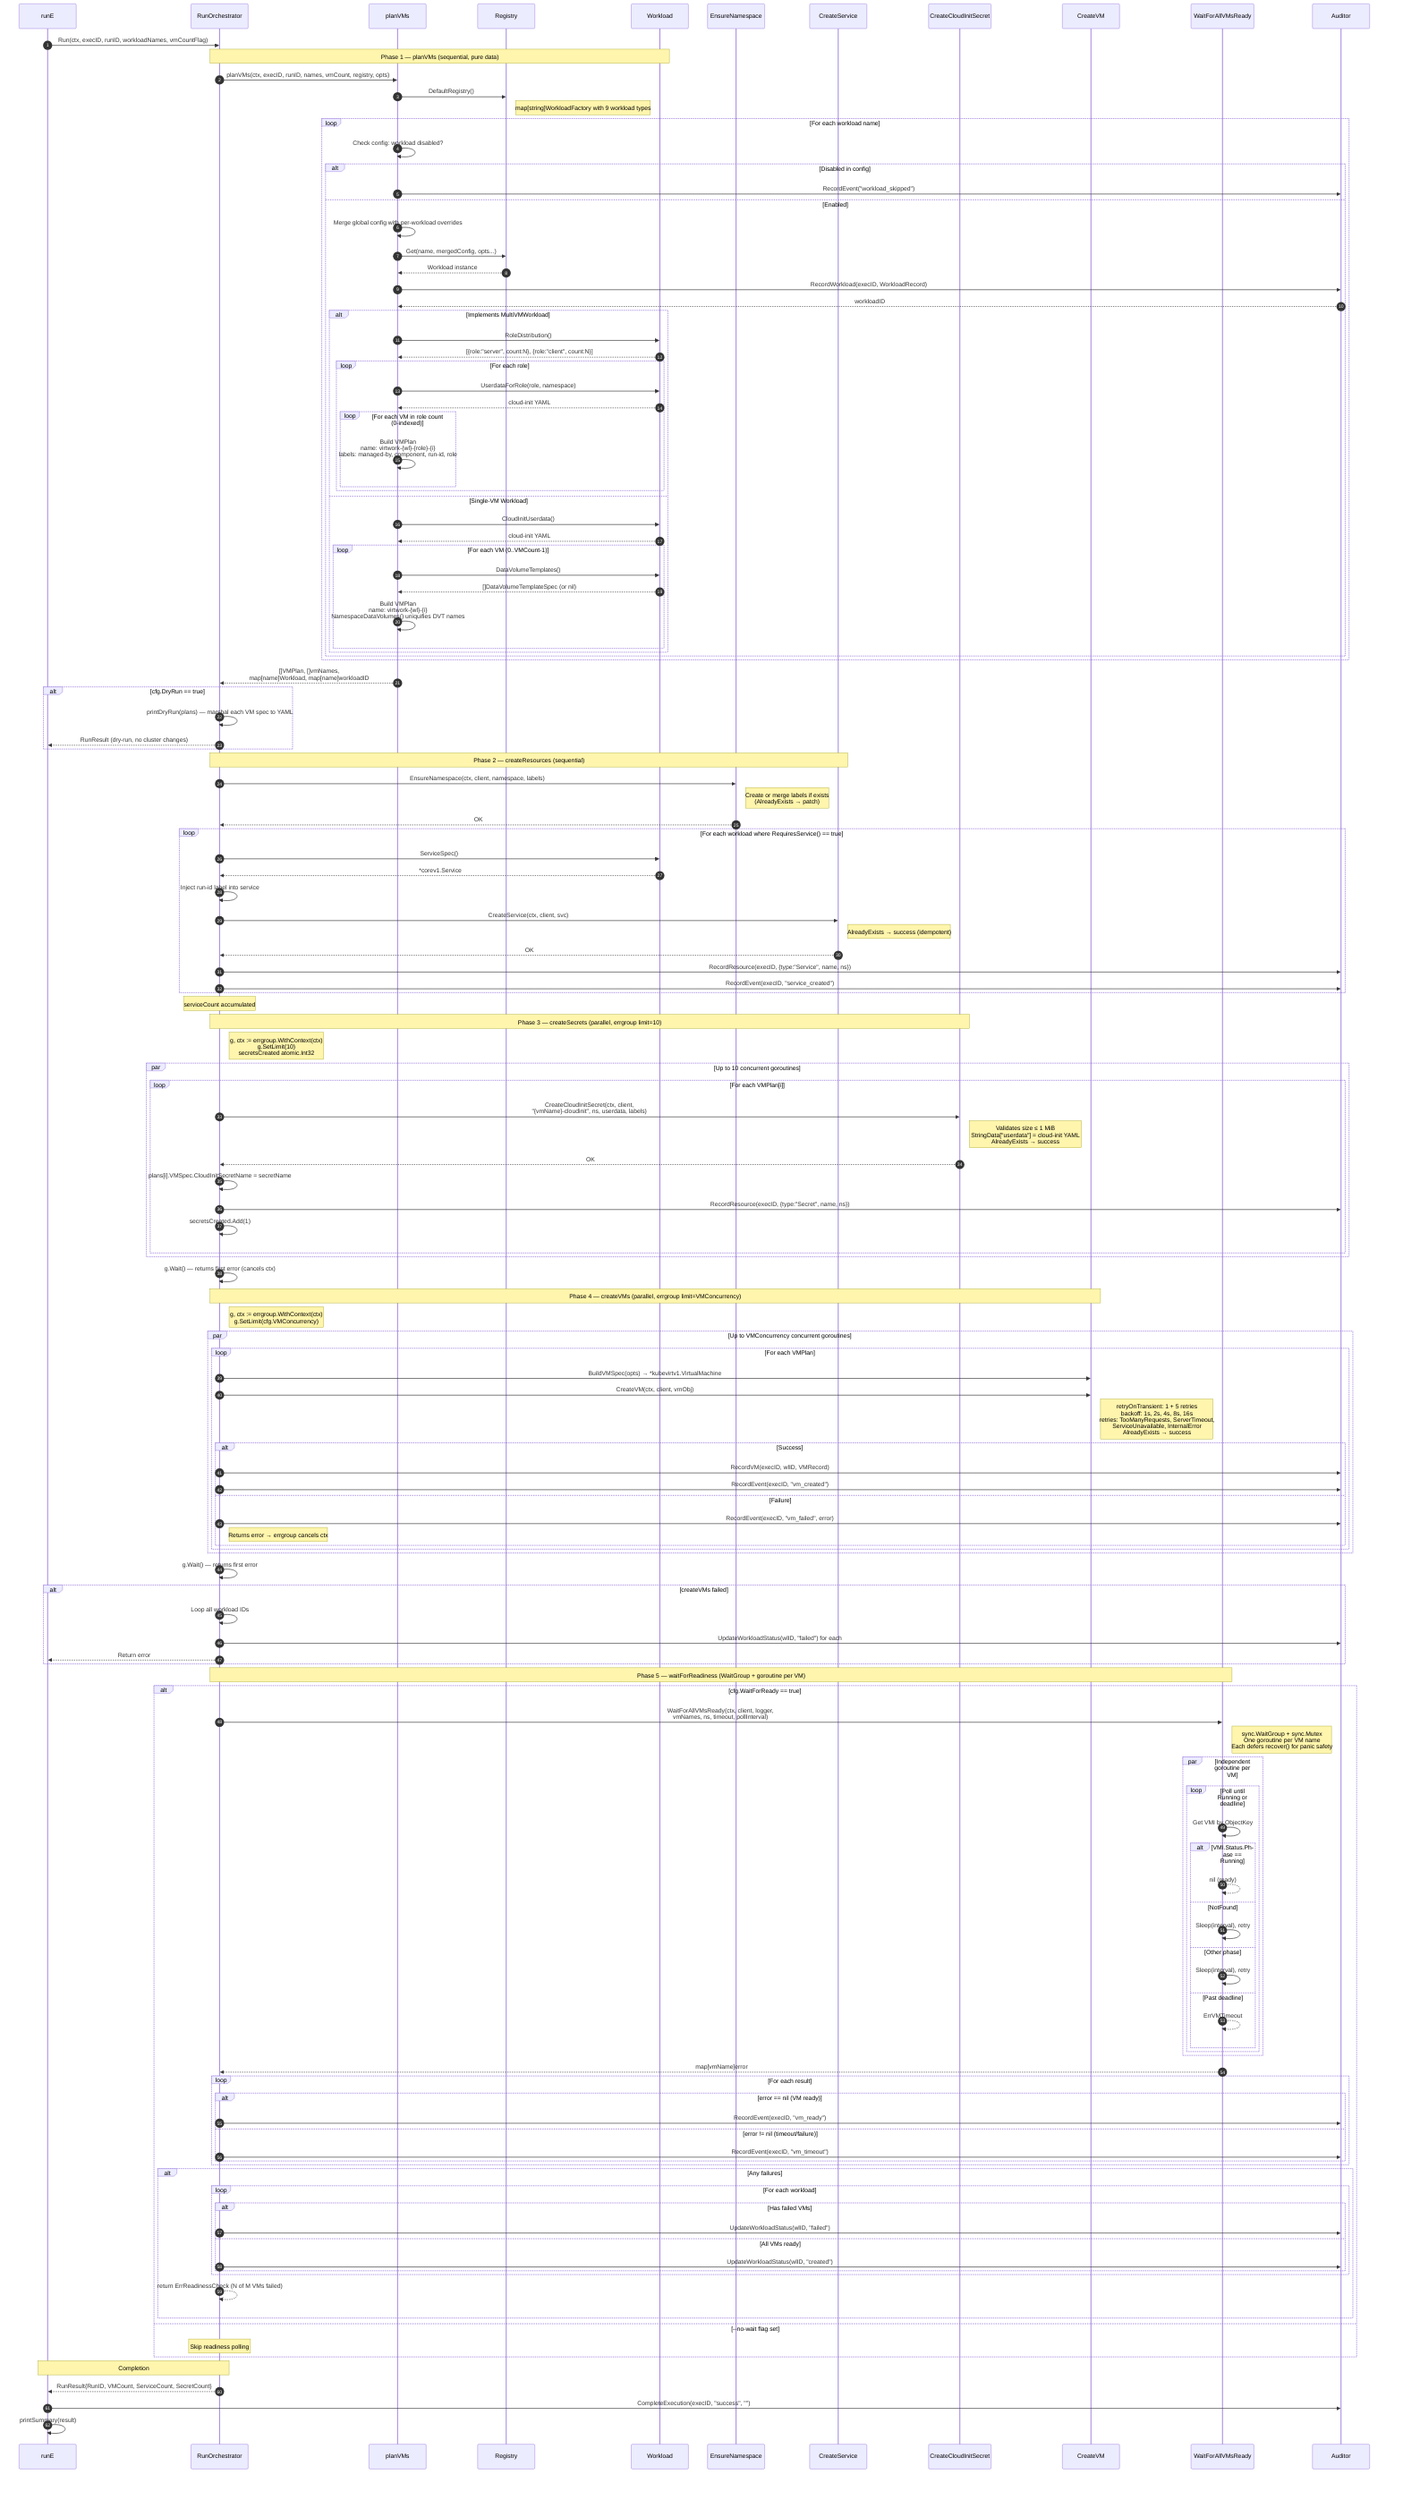
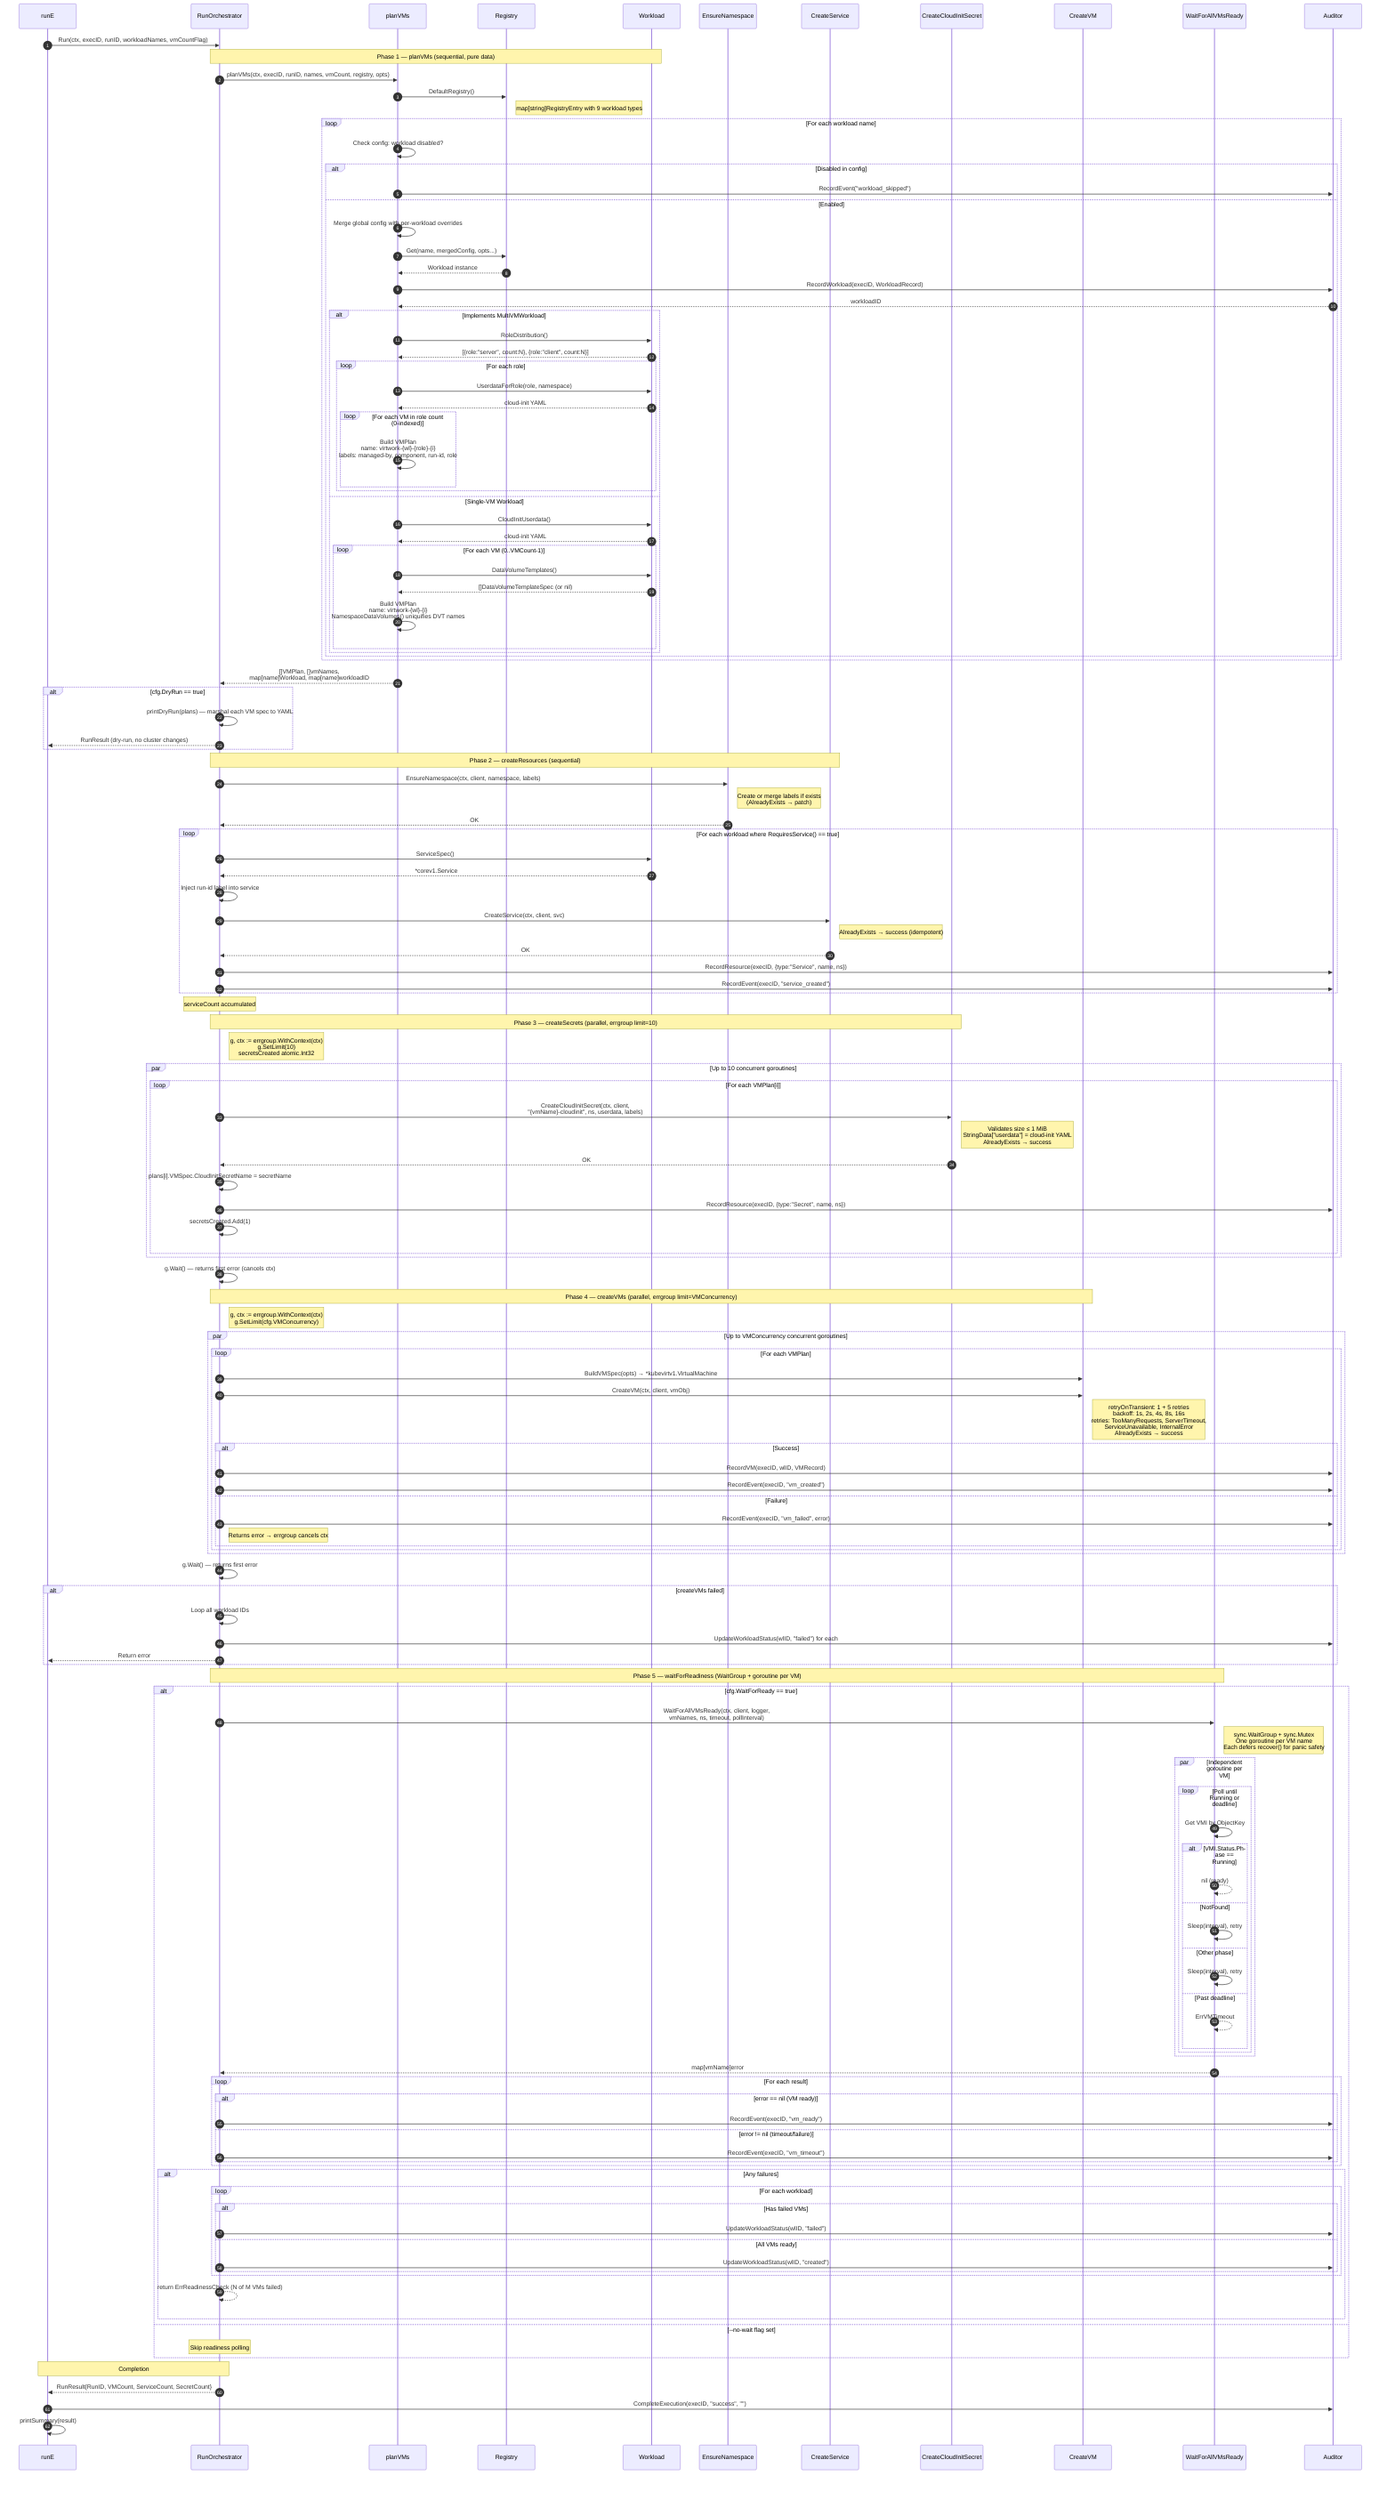
%% Orchestrator Run Phases: the 5-phase pipeline inside RunOrchestrator.Run()
%% Shows concurrency boundaries, error handling, and data flow between phases

sequenceDiagram
    autonumber

    participant CLI as runE
    participant RO as RunOrchestrator
    participant Plan as planVMs
    participant Reg as Registry
    participant WL as Workload
    participant NS as EnsureNamespace
    participant Svc as CreateService
    participant Sec as CreateCloudInitSecret
    participant VM as CreateVM
    participant Wait as WaitForAllVMsReady
    participant Aud as Auditor

    CLI ->> RO: Run(ctx, execID, runID, workloadNames, vmCountFlag)

    %% ─── PHASE 1: PLAN ──────────────────────────────────────────

    Note over RO, WL: Phase 1 — planVMs (sequential, pure data)
    RO ->> Plan: planVMs(ctx, execID, runID, names, vmCount, registry, opts)

    Plan ->> Reg: DefaultRegistry()
-     Note right of Reg: map[string]WorkloadFactory with 9 workload types
+     Note right of Reg: map[string]RegistryEntry with 9 workload types

    loop For each workload name
        Plan ->> Plan: Check config: workload disabled?
        alt Disabled in config
            Plan ->> Aud: RecordEvent("workload_skipped")
        else Enabled
            Plan ->> Plan: Merge global config with per-workload overrides
            Plan ->> Reg: Get(name, mergedConfig, opts...)
            Reg -->> Plan: Workload instance

            Plan ->> Aud: RecordWorkload(execID, WorkloadRecord)
            Aud -->> Plan: workloadID

            alt Implements MultiVMWorkload
                Plan ->> WL: RoleDistribution()
                WL -->> Plan: [{role:"server", count:N}, {role:"client", count:N}]
                loop For each role
                    Plan ->> WL: UserdataForRole(role, namespace)
                    WL -->> Plan: cloud-init YAML
                    loop For each VM in role count (0-indexed)
                        Plan ->> Plan: Build VMPlan<br/>name: virtwork-{wl}-{role}-{i}<br/>labels: managed-by, component, run-id, role
                    end
                end
            else Single-VM Workload
                Plan ->> WL: CloudInitUserdata()
                WL -->> Plan: cloud-init YAML
                loop For each VM (0..VMCount-1)
                    Plan ->> WL: DataVolumeTemplates()
                    WL -->> Plan: []DataVolumeTemplateSpec (or nil)
                    Plan ->> Plan: Build VMPlan<br/>name: virtwork-{wl}-{i}<br/>NamespaceDataVolumes() uniquifies DVT names
                end
            end
        end
    end

    Plan -->> RO: []VMPlan, []vmNames,<br/>map[name]Workload, map[name]workloadID

    %% ─── DRY RUN CHECK ──────────────────────────────────────────

    alt cfg.DryRun == true
        RO ->> RO: printDryRun(plans) — marshal each VM spec to YAML
        RO -->> CLI: RunResult (dry-run, no cluster changes)
    end

    %% ─── PHASE 2: RESOURCES ─────────────────────────────────────

    Note over RO, Svc: Phase 2 — createResources (sequential)
    RO ->> NS: EnsureNamespace(ctx, client, namespace, labels)
    Note right of NS: Create or merge labels if exists<br/>(AlreadyExists → patch)
    NS -->> RO: OK

    loop For each workload where RequiresService() == true
        RO ->> WL: ServiceSpec()
        WL -->> RO: *corev1.Service
        RO ->> RO: Inject run-id label into service
        RO ->> Svc: CreateService(ctx, client, svc)
        Note right of Svc: AlreadyExists → success (idempotent)
        Svc -->> RO: OK
        RO ->> Aud: RecordResource(execID, {type:"Service", name, ns})
        RO ->> Aud: RecordEvent(execID, "service_created")
    end

    Note over RO: serviceCount accumulated

    %% ─── PHASE 3: SECRETS ───────────────────────────────────────

    Note over RO, Sec: Phase 3 — createSecrets (parallel, errgroup limit=10)
    Note right of RO: g, ctx := errgroup.WithContext(ctx)<br/>g.SetLimit(10)<br/>secretsCreated atomic.Int32

    par Up to 10 concurrent goroutines
        loop For each VMPlan[i]
            RO ->> Sec: CreateCloudInitSecret(ctx, client,<br/>"{vmName}-cloudinit", ns, userdata, labels)
            Note right of Sec: Validates size ≤ 1 MiB<br/>StringData["userdata"] = cloud-init YAML<br/>AlreadyExists → success
            Sec -->> RO: OK
            RO ->> RO: plans[i].VMSpec.CloudInitSecretName = secretName
            RO ->> Aud: RecordResource(execID, {type:"Secret", name, ns})
            RO ->> RO: secretsCreated.Add(1)
        end
    end

    RO ->> RO: g.Wait() — returns first error (cancels ctx)

    %% ─── PHASE 4: VMS ───────────────────────────────────────────

    Note over RO, VM: Phase 4 — createVMs (parallel, errgroup limit=VMConcurrency)
    Note right of RO: g, ctx := errgroup.WithContext(ctx)<br/>g.SetLimit(cfg.VMConcurrency)

    par Up to VMConcurrency concurrent goroutines
        loop For each VMPlan
            RO ->> VM: BuildVMSpec(opts) → *kubevirtv1.VirtualMachine
            RO ->> VM: CreateVM(ctx, client, vmObj)
            Note right of VM: retryOnTransient: 1 + 5 retries<br/>backoff: 1s, 2s, 4s, 8s, 16s<br/>retries: TooManyRequests, ServerTimeout,<br/>ServiceUnavailable, InternalError<br/>AlreadyExists → success

            alt Success
                RO ->> Aud: RecordVM(execID, wlID, VMRecord)
                RO ->> Aud: RecordEvent(execID, "vm_created")
            else Failure
                RO ->> Aud: RecordEvent(execID, "vm_failed", error)
                Note right of RO: Returns error → errgroup cancels ctx
            end
        end
    end

    RO ->> RO: g.Wait() — returns first error

    alt createVMs failed
        RO ->> RO: Loop all workload IDs
        RO ->> Aud: UpdateWorkloadStatus(wlID, "failed") for each
        RO -->> CLI: Return error
    end

    %% ─── PHASE 5: READINESS ─────────────────────────────────────

    Note over RO, Wait: Phase 5 — waitForReadiness (WaitGroup + goroutine per VM)

    alt cfg.WaitForReady == true
        RO ->> Wait: WaitForAllVMsReady(ctx, client, logger,<br/>vmNames, ns, timeout, pollInterval)
        Note right of Wait: sync.WaitGroup + sync.Mutex<br/>One goroutine per VM name<br/>Each defers recover() for panic safety

        par Independent goroutine per VM
            loop Poll until Running or deadline
                Wait ->> Wait: Get VMI by ObjectKey
                alt VMI.Status.Phase == Running
                    Wait -->> Wait: nil (ready)
                else NotFound
                    Wait ->> Wait: Sleep(interval), retry
                else Other phase
                    Wait ->> Wait: Sleep(interval), retry
                else Past deadline
                    Wait -->> Wait: ErrVMTimeout
                end
            end
        end

        Wait -->> RO: map[vmName]error

        loop For each result
            alt error == nil (VM ready)
                RO ->> Aud: RecordEvent(execID, "vm_ready")
            else error != nil (timeout/failure)
                RO ->> Aud: RecordEvent(execID, "vm_timeout")
            end
        end

        alt Any failures
            loop For each workload
                alt Has failed VMs
                    RO ->> Aud: UpdateWorkloadStatus(wlID, "failed")
                else All VMs ready
                    RO ->> Aud: UpdateWorkloadStatus(wlID, "created")
                end
            end
            RO -->> RO: return ErrReadinessCheck (N of M VMs failed)
        end
    else --no-wait flag set
        Note over RO: Skip readiness polling
    end

    %% ─── COMPLETION ─────────────────────────────────────────────

    Note over RO, CLI: Completion
    RO -->> CLI: RunResult{RunID, VMCount, ServiceCount, SecretCount}
    CLI ->> Aud: CompleteExecution(execID, "success", "")
    CLI ->> CLI: printSummary(result)
